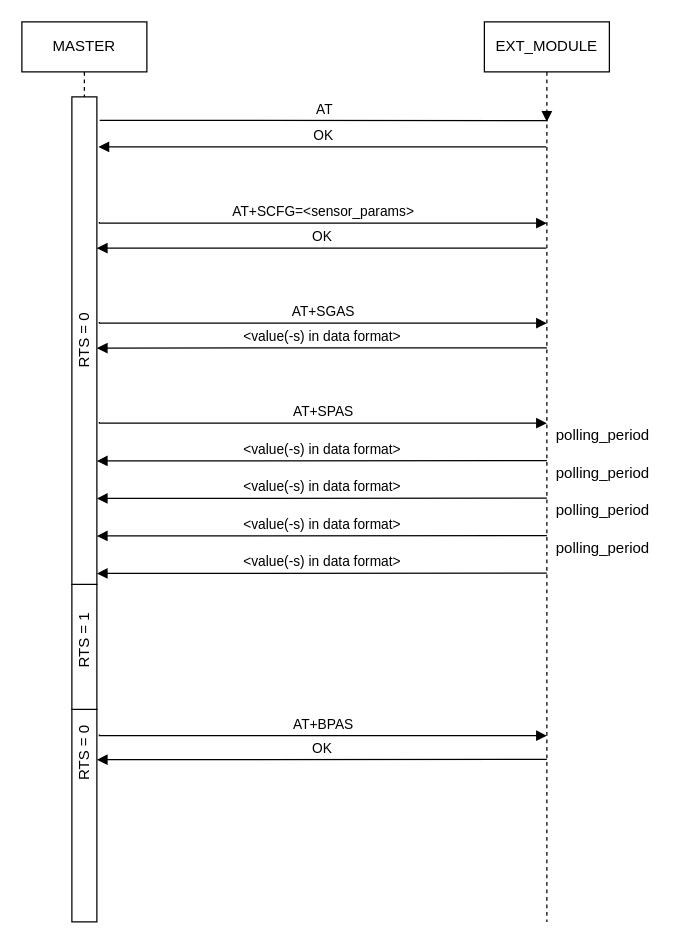
Before: related-documents/diagrams/protocol-flow.drawio in Bastion-RND/school-lab, a draw.io diagram. Source tidied: cells renumbered, new cells numbered last; positions are measured from the earlier drawing's top-left corner, leaving out a move shared by most shapes. Both pictures are drawn from the tidied source at 125%, with x=0, y=0 at pixel (21, 21).
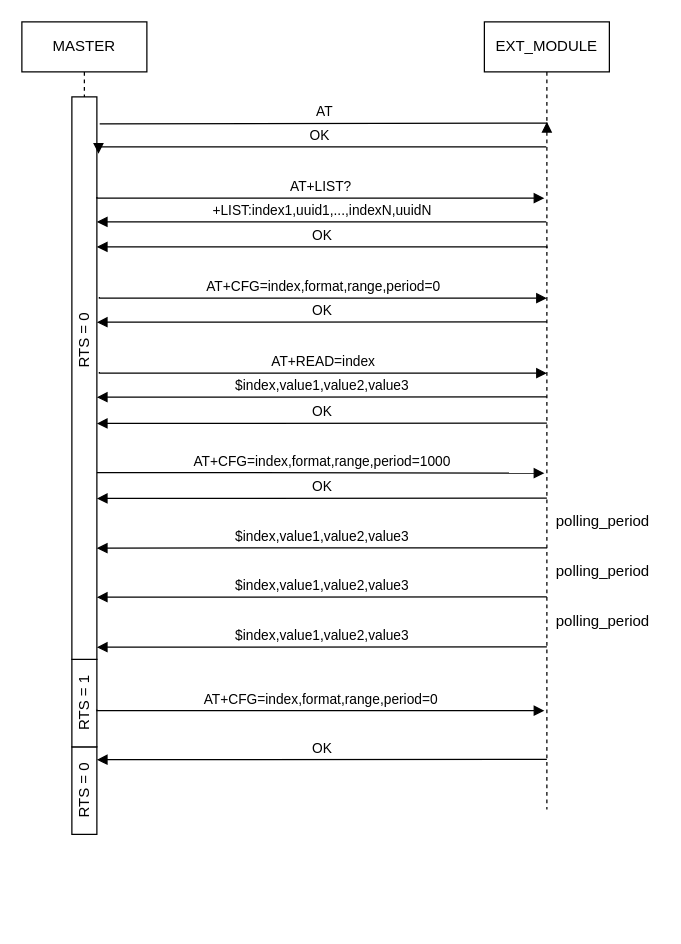
The same page after the edit.

The edit, as a diff of the source:
```diff
@@
     <mxCell id="2" style="rounded=0;whiteSpace=wrap;html=1;" parent="1" vertex="1">
-      <mxGeometry x="40" y="550" width="20" height="170" as="geometry" />
+      <mxGeometry x="40" y="580" width="20" height="70" as="geometry" />
     </mxCell>
     <mxCell id="3" style="rounded=0;whiteSpace=wrap;html=1;" parent="1" vertex="1">
-      <mxGeometry x="40" y="450" width="20" height="100" as="geometry" />
+      <mxGeometry x="40" y="510" width="20" height="70" as="geometry" />
     </mxCell>
     <mxCell id="4" style="rounded=0;whiteSpace=wrap;html=1;" parent="1" vertex="1">
-      <mxGeometry x="40" y="60" width="20" height="390" as="geometry" />
+      <mxGeometry x="40" y="60" width="20" height="450" as="geometry" />
     </mxCell>
@@
     <mxCell id="6" value="EXT_MODULE" style="shape=umlLifeline;perimeter=lifelinePerimeter;whiteSpace=wrap;html=1;outlineConnect=0;portConstraint=eastwest;newEdgeStyle={&quot;edgeStyle&quot;:&quot;elbowEdgeStyle&quot;,&quot;elbow&quot;:&quot;vertical&quot;,&quot;curved&quot;:0,&quot;rounded&quot;:0};" parent="1" vertex="1">
-      <mxGeometry x="370" width="100" height="720" as="geometry" />
+      <mxGeometry x="370" width="100" height="630" as="geometry" />
     </mxCell>
@@
-    <mxCell id="9" value="AT+SCFG=&amp;lt;sensor_params&amp;gt;" style="html=1;verticalAlign=bottom;endArrow=block;edgeStyle=elbowEdgeStyle;elbow=vertical;curved=0;rounded=0;exitX=0.523;exitY=0.264;exitDx=0;exitDy=0;exitPerimeter=0;" parent="1" edge="1">
+    <mxCell id="9" value="AT+LIST?" style="html=1;verticalAlign=bottom;endArrow=block;edgeStyle=elbowEdgeStyle;elbow=vertical;curved=0;rounded=0;exitX=0.523;exitY=0.264;exitDx=0;exitDy=0;exitPerimeter=0;" parent="1" edge="1">
       <mxGeometry relative="1" as="geometry">
-        <mxPoint x="62" y="160" as="sourcePoint" />
-        <mxPoint x="420" y="161" as="targetPoint" />
+        <mxPoint x="60" y="140" as="sourcePoint" />
+        <mxPoint x="418" y="141" as="targetPoint" />
       </mxGeometry>
     </mxCell>
-    <mxCell id="10" value="OK" style="html=1;verticalAlign=bottom;endArrow=block;edgeStyle=elbowEdgeStyle;elbow=vertical;curved=0;rounded=0;" parent="1" edge="1">
+    <mxCell id="10" value="+LIST:index1,uuid1,...,indexN,uuidN" style="html=1;verticalAlign=bottom;endArrow=block;edgeStyle=elbowEdgeStyle;elbow=vertical;curved=0;rounded=0;" parent="1" edge="1">
       <mxGeometry relative="1" as="geometry">
-        <mxPoint x="419.5" y="181" as="sourcePoint" />
-        <mxPoint x="60" y="181" as="targetPoint" />
+        <mxPoint x="419.5" y="160" as="sourcePoint" />
+        <mxPoint x="60" y="160" as="targetPoint" />
         <Array as="points">
-          <mxPoint x="350" y="181" />
-          <mxPoint x="275" y="201" />
+          <mxPoint x="350" y="160" />
+          <mxPoint x="275" y="180" />
         </Array>
       </mxGeometry>
     </mxCell>
-    <mxCell id="11" value="AT+SGAS" style="html=1;verticalAlign=bottom;endArrow=block;edgeStyle=elbowEdgeStyle;elbow=vertical;curved=0;rounded=0;exitX=0.523;exitY=0.264;exitDx=0;exitDy=0;exitPerimeter=0;" parent="1" edge="1">
+    <mxCell id="11" value="AT+CFG=index,format,range,period=0" style="html=1;verticalAlign=bottom;endArrow=block;edgeStyle=elbowEdgeStyle;elbow=vertical;curved=0;rounded=0;exitX=0.523;exitY=0.264;exitDx=0;exitDy=0;exitPerimeter=0;" parent="1" edge="1">
       <mxGeometry relative="1" as="geometry">
-        <mxPoint x="62" y="240" as="sourcePoint" />
-        <mxPoint x="420" y="241" as="targetPoint" />
+        <mxPoint x="62" y="220" as="sourcePoint" />
+        <mxPoint x="420" y="221" as="targetPoint" />
       </mxGeometry>
     </mxCell>
-    <mxCell id="12" value="&amp;lt;value(-s) in data format&amp;gt;" style="html=1;verticalAlign=bottom;endArrow=block;edgeStyle=elbowEdgeStyle;elbow=vertical;curved=0;rounded=0;" parent="1" edge="1">
+    <mxCell id="12" value="OK" style="html=1;verticalAlign=bottom;endArrow=block;edgeStyle=elbowEdgeStyle;elbow=vertical;curved=0;rounded=0;" parent="1" edge="1">
       <mxGeometry relative="1" as="geometry">
-        <mxPoint x="420" y="260.7" as="sourcePoint" />
-        <mxPoint x="60" y="261" as="targetPoint" />
+        <mxPoint x="420" y="240" as="sourcePoint" />
+        <mxPoint x="60" y="240.3" as="targetPoint" />
         <Array as="points">
-          <mxPoint x="350" y="261" />
-          <mxPoint x="275" y="281" />
+          <mxPoint x="350" y="240.3" />
+          <mxPoint x="275" y="260.3" />
         </Array>
       </mxGeometry>
     </mxCell>
-    <mxCell id="13" value="AT+SPAS" style="html=1;verticalAlign=bottom;endArrow=block;edgeStyle=elbowEdgeStyle;elbow=vertical;curved=0;rounded=0;exitX=0.523;exitY=0.264;exitDx=0;exitDy=0;exitPerimeter=0;" parent="1" edge="1">
+    <mxCell id="13" value="AT+READ=index" style="html=1;verticalAlign=bottom;endArrow=block;edgeStyle=elbowEdgeStyle;elbow=vertical;curved=0;rounded=0;exitX=0.523;exitY=0.264;exitDx=0;exitDy=0;exitPerimeter=0;" parent="1" edge="1">
       <mxGeometry relative="1" as="geometry">
-        <mxPoint x="62" y="320" as="sourcePoint" />
-        <mxPoint x="420" y="321" as="targetPoint" />
+        <mxPoint x="62" y="280" as="sourcePoint" />
+        <mxPoint x="420" y="281" as="targetPoint" />
       </mxGeometry>
     </mxCell>
-    <mxCell id="14" value="&amp;lt;value(-s) in data format&amp;gt;" style="html=1;verticalAlign=bottom;endArrow=block;edgeStyle=elbowEdgeStyle;elbow=vertical;curved=0;rounded=0;" parent="1" edge="1">
+    <mxCell id="14" value="$index,value1,value2,value3" style="html=1;verticalAlign=bottom;endArrow=block;edgeStyle=elbowEdgeStyle;elbow=vertical;curved=0;rounded=0;" parent="1" edge="1">
       <mxGeometry relative="1" as="geometry">
-        <mxPoint x="420" y="351" as="sourcePoint" />
-        <mxPoint x="60" y="351.3" as="targetPoint" />
+        <mxPoint x="420" y="300" as="sourcePoint" />
+        <mxPoint x="60" y="300.3" as="targetPoint" />
         <Array as="points">
-          <mxPoint x="350" y="351.3" />
-          <mxPoint x="275" y="371.3" />
+          <mxPoint x="350" y="300.3" />
+          <mxPoint x="275" y="320.3" />
         </Array>
       </mxGeometry>
     </mxCell>
-    <mxCell id="15" value="&amp;lt;value(-s) in data format&amp;gt;" style="html=1;verticalAlign=bottom;endArrow=block;edgeStyle=elbowEdgeStyle;elbow=vertical;curved=0;rounded=0;" parent="1" edge="1">
-      <mxGeometry relative="1" as="geometry">
-        <mxPoint x="420" y="381" as="sourcePoint" />
-        <mxPoint x="60" y="381.3" as="targetPoint" />
-        <Array as="points">
-          <mxPoint x="350" y="381.3" />
-          <mxPoint x="275" y="401.3" />
-        </Array>
-      </mxGeometry>
-    </mxCell>
-    <mxCell id="16" value="&amp;lt;value(-s) in data format&amp;gt;" style="html=1;verticalAlign=bottom;endArrow=block;edgeStyle=elbowEdgeStyle;elbow=vertical;curved=0;rounded=0;" parent="1" edge="1">
-      <mxGeometry relative="1" as="geometry">
-        <mxPoint x="420" y="411" as="sourcePoint" />
-        <mxPoint x="60" y="411.3" as="targetPoint" />
-        <Array as="points">
-          <mxPoint x="350" y="411.3" />
-          <mxPoint x="275" y="431.3" />
-        </Array>
-      </mxGeometry>
-    </mxCell>
-    <mxCell id="17" value="&amp;lt;value(-s) in data format&amp;gt;" style="html=1;verticalAlign=bottom;endArrow=block;edgeStyle=elbowEdgeStyle;elbow=vertical;curved=0;rounded=0;" parent="1" edge="1">
-      <mxGeometry relative="1" as="geometry">
-        <mxPoint x="420" y="441" as="sourcePoint" />
-        <mxPoint x="60" y="441.3" as="targetPoint" />
-        <Array as="points">
-          <mxPoint x="350" y="441.3" />
-          <mxPoint x="275" y="461.3" />
-        </Array>
-      </mxGeometry>
-    </mxCell>
-    <mxCell id="18" value="polling_period" style="text;html=1;strokeColor=none;fillColor=none;align=center;verticalAlign=middle;whiteSpace=wrap;rounded=0;" parent="1" vertex="1">
-      <mxGeometry x="420" y="321" width="90" height="20" as="geometry" />
-    </mxCell>
     <mxCell id="19" value="polling_period" style="text;html=1;strokeColor=none;fillColor=none;align=center;verticalAlign=middle;whiteSpace=wrap;rounded=0;" parent="1" vertex="1">
-      <mxGeometry x="420" y="351" width="90" height="20" as="geometry" />
+      <mxGeometry x="420" y="470" width="90" height="20" as="geometry" />
     </mxCell>
     <mxCell id="20" value="polling_period" style="text;html=1;strokeColor=none;fillColor=none;align=center;verticalAlign=middle;whiteSpace=wrap;rounded=0;" parent="1" vertex="1">
-      <mxGeometry x="420" y="381" width="90" height="20" as="geometry" />
+      <mxGeometry x="420" y="390" width="90" height="20" as="geometry" />
     </mxCell>
     <mxCell id="21" value="polling_period" style="text;html=1;strokeColor=none;fillColor=none;align=center;verticalAlign=middle;whiteSpace=wrap;rounded=0;" parent="1" vertex="1">
-      <mxGeometry x="420" y="411" width="90" height="20" as="geometry" />
+      <mxGeometry x="420" y="430" width="90" height="20" as="geometry" />
     </mxCell>
-    <mxCell id="22" value="AT+BPAS" style="html=1;verticalAlign=bottom;endArrow=block;edgeStyle=elbowEdgeStyle;elbow=vertical;curved=0;rounded=0;exitX=0.523;exitY=0.264;exitDx=0;exitDy=0;exitPerimeter=0;" parent="1" edge="1">
-      <mxGeometry relative="1" as="geometry">
-        <mxPoint x="62" y="570" as="sourcePoint" />
-        <mxPoint x="420" y="571" as="targetPoint" />
-      </mxGeometry>
-    </mxCell>
-    <mxCell id="23" value="OK" style="html=1;verticalAlign=bottom;endArrow=block;edgeStyle=elbowEdgeStyle;elbow=vertical;curved=0;rounded=0;" parent="1" edge="1">
-      <mxGeometry relative="1" as="geometry">
-        <mxPoint x="420" y="590" as="sourcePoint" />
-        <mxPoint x="60" y="590.3" as="targetPoint" />
-        <Array as="points">
-          <mxPoint x="350" y="590.3" />
-          <mxPoint x="275" y="610.3" />
-        </Array>
-      </mxGeometry>
-    </mxCell>
@@
     <mxCell id="25" value="RTS = 1" style="text;html=1;strokeColor=none;fillColor=none;align=center;verticalAlign=middle;whiteSpace=wrap;rounded=0;rotation=-90;" parent="1" vertex="1">
-      <mxGeometry x="20" y="480" width="60" height="30" as="geometry" />
+      <mxGeometry x="20" y="530" width="60" height="30" as="geometry" />
     </mxCell>
     <mxCell id="26" value="RTS = 0" style="text;html=1;strokeColor=none;fillColor=none;align=center;verticalAlign=middle;whiteSpace=wrap;rounded=0;rotation=-90;" parent="1" vertex="1">
-      <mxGeometry x="20" y="570" width="60" height="30" as="geometry" />
+      <mxGeometry x="20" y="600" width="60" height="30" as="geometry" />
     </mxCell>
+    <mxCell id="27" value="OK" style="html=1;verticalAlign=bottom;endArrow=block;edgeStyle=elbowEdgeStyle;elbow=vertical;curved=0;rounded=0;" parent="1" edge="1">
+      <mxGeometry relative="1" as="geometry">
+        <mxPoint x="420" y="181" as="sourcePoint" />
+        <mxPoint x="60" y="180" as="targetPoint" />
+        <Array as="points">
+          <mxPoint x="160" y="180" />
+          <mxPoint x="80" y="185" />
+          <mxPoint x="90" y="181" />
+          <mxPoint x="275" y="201" />
+        </Array>
+      </mxGeometry>
+    </mxCell>
+    <mxCell id="28" value="OK" style="html=1;verticalAlign=bottom;endArrow=block;edgeStyle=elbowEdgeStyle;elbow=vertical;curved=0;rounded=0;" parent="1" edge="1">
+      <mxGeometry relative="1" as="geometry">
+        <mxPoint x="420" y="321" as="sourcePoint" />
+        <mxPoint x="60" y="321.3" as="targetPoint" />
+        <Array as="points">
+          <mxPoint x="350" y="321.3" />
+          <mxPoint x="275" y="341.3" />
+        </Array>
+      </mxGeometry>
+    </mxCell>
+    <mxCell id="29" value="AT+CFG=index,format,range,period=1000" style="html=1;verticalAlign=bottom;endArrow=block;edgeStyle=elbowEdgeStyle;elbow=vertical;curved=0;rounded=0;exitX=0.523;exitY=0.264;exitDx=0;exitDy=0;exitPerimeter=0;" parent="1" edge="1">
+      <mxGeometry relative="1" as="geometry">
+        <mxPoint x="60" y="360.5" as="sourcePoint" />
+        <mxPoint x="418" y="361.5" as="targetPoint" />
+      </mxGeometry>
+    </mxCell>
+    <mxCell id="30" value="OK" style="html=1;verticalAlign=bottom;endArrow=block;edgeStyle=elbowEdgeStyle;elbow=vertical;curved=0;rounded=0;" parent="1" edge="1">
+      <mxGeometry relative="1" as="geometry">
+        <mxPoint x="420" y="381" as="sourcePoint" />
+        <mxPoint x="60" y="381.3" as="targetPoint" />
+        <Array as="points">
+          <mxPoint x="350" y="381.3" />
+          <mxPoint x="275" y="401.3" />
+        </Array>
+      </mxGeometry>
+    </mxCell>
+    <mxCell id="31" value="$index,value1,value2,value3" style="html=1;verticalAlign=bottom;endArrow=block;edgeStyle=elbowEdgeStyle;elbow=vertical;curved=0;rounded=0;" parent="1" edge="1">
+      <mxGeometry relative="1" as="geometry">
+        <mxPoint x="420" y="420.7" as="sourcePoint" />
+        <mxPoint x="60" y="421" as="targetPoint" />
+        <Array as="points">
+          <mxPoint x="350" y="421" />
+          <mxPoint x="275" y="441" />
+        </Array>
+      </mxGeometry>
+    </mxCell>
+    <mxCell id="32" value="$index,value1,value2,value3" style="html=1;verticalAlign=bottom;endArrow=block;edgeStyle=elbowEdgeStyle;elbow=vertical;curved=0;rounded=0;" parent="1" edge="1">
+      <mxGeometry relative="1" as="geometry">
+        <mxPoint x="420" y="460" as="sourcePoint" />
+        <mxPoint x="60" y="460.3" as="targetPoint" />
+        <Array as="points">
+          <mxPoint x="350" y="460.3" />
+          <mxPoint x="275" y="480.3" />
+        </Array>
+      </mxGeometry>
+    </mxCell>
+    <mxCell id="33" value="$index,value1,value2,value3" style="html=1;verticalAlign=bottom;endArrow=block;edgeStyle=elbowEdgeStyle;elbow=vertical;curved=0;rounded=0;" parent="1" edge="1">
+      <mxGeometry relative="1" as="geometry">
+        <mxPoint x="420" y="500" as="sourcePoint" />
+        <mxPoint x="60" y="500.3" as="targetPoint" />
+        <Array as="points">
+          <mxPoint x="350" y="500.3" />
+          <mxPoint x="275" y="520.3" />
+        </Array>
+      </mxGeometry>
+    </mxCell>
+    <mxCell id="34" value="AT+CFG=index,format,range,period=0" style="html=1;verticalAlign=bottom;endArrow=block;edgeStyle=elbowEdgeStyle;elbow=vertical;curved=0;rounded=0;exitX=0.523;exitY=0.264;exitDx=0;exitDy=0;exitPerimeter=0;" parent="1" edge="1">
+      <mxGeometry relative="1" as="geometry">
+        <mxPoint x="60" y="550" as="sourcePoint" />
+        <mxPoint x="418" y="551" as="targetPoint" />
+      </mxGeometry>
+    </mxCell>
+    <mxCell id="35" value="OK" style="html=1;verticalAlign=bottom;endArrow=block;edgeStyle=elbowEdgeStyle;elbow=vertical;curved=0;rounded=0;" parent="1" edge="1">
+      <mxGeometry relative="1" as="geometry">
+        <mxPoint x="420" y="590" as="sourcePoint" />
+        <mxPoint x="60" y="590.3" as="targetPoint" />
+        <Array as="points">
+          <mxPoint x="350" y="590.3" />
+          <mxPoint x="275" y="610.3" />
+        </Array>
+      </mxGeometry>
+    </mxCell>
```
